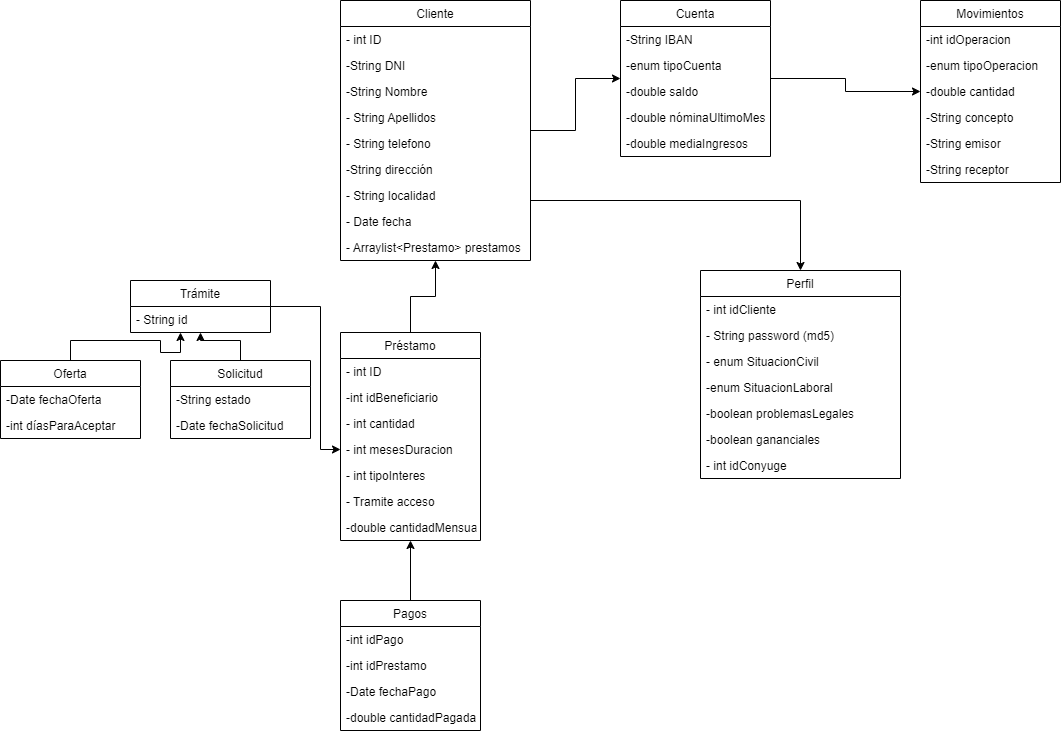
Earlier version of the draw.io export Diagrama general.png (Kangelx/Equipo3). Source tidied: cells renumbered, new cells last; positions are measured from the earlier drawing's top-left corner, leaving out a move shared by most shapes.
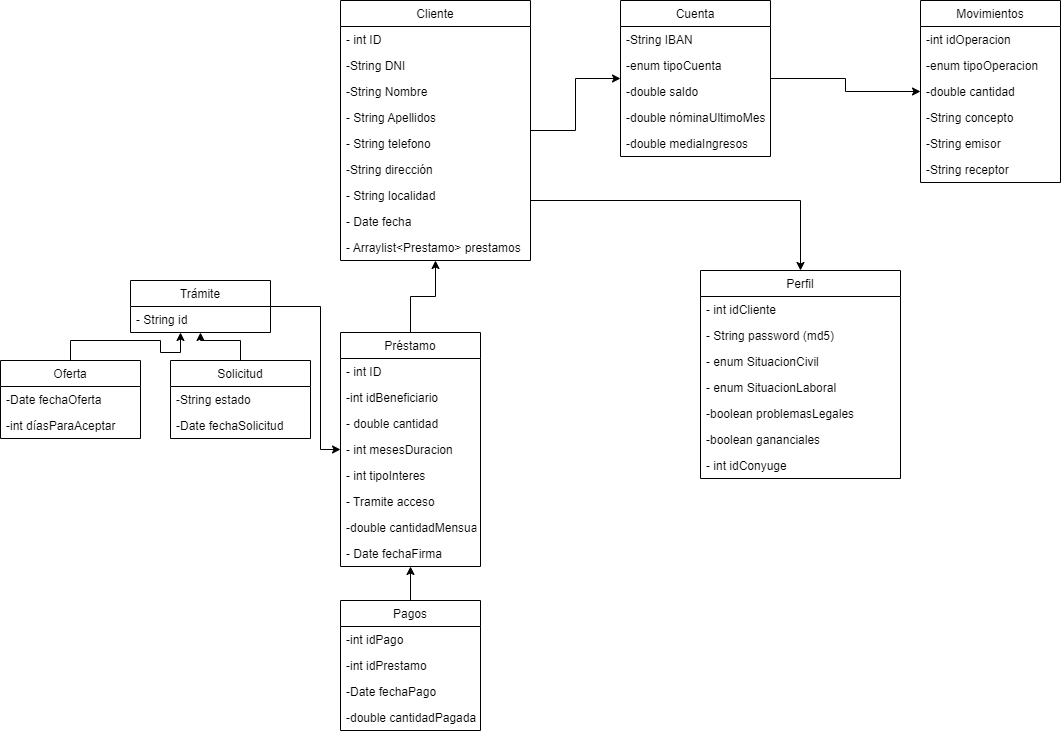
Above is the later version.

Commit message:
diagrama modificado

The edit, as a diff of the source:
```diff
@@ -54,7 +54,7 @@
     <mxCell id="17" value="- enum SituacionCivil" style="text;strokeColor=none;fillColor=none;align=left;verticalAlign=top;spacingLeft=4;spacingRight=4;overflow=hidden;" parent="14" vertex="1">
       <mxGeometry y="78" width="200" height="26" as="geometry" />
     </mxCell>
-    <mxCell id="18" value="-enum SituacionLaboral" style="text;strokeColor=none;fillColor=none;align=left;verticalAlign=top;spacingLeft=4;spacingRight=4;overflow=hidden;" parent="14" vertex="1">
+    <mxCell id="18" value="- enum SituacionLaboral" style="text;strokeColor=none;fillColor=none;align=left;verticalAlign=top;spacingLeft=4;spacingRight=4;overflow=hidden;" parent="14" vertex="1">
       <mxGeometry y="104" width="200" height="26" as="geometry" />
     </mxCell>
     <mxCell id="19" value="-boolean problemasLegales" style="text;strokeColor=none;fillColor=none;align=left;verticalAlign=top;spacingLeft=4;spacingRight=4;overflow=hidden;" parent="14" vertex="1">
@@ -149,7 +149,7 @@
       <mxGeometry relative="1" as="geometry" />
     </mxCell>
     <mxCell id="47" value="Préstamo" style="swimlane;fontStyle=0;horizontal=1;startSize=26;fillColor=none;" parent="1" vertex="1">
-      <mxGeometry x="340" y="332" width="140" height="208" as="geometry" />
+      <mxGeometry x="340" y="332" width="140" height="234" as="geometry" />
     </mxCell>
     <mxCell id="48" value="- int ID" style="text;strokeColor=none;fillColor=none;align=left;verticalAlign=top;spacingLeft=4;spacingRight=4;overflow=hidden;" parent="47" vertex="1">
       <mxGeometry y="26" width="140" height="26" as="geometry" />
@@ -157,7 +157,7 @@
     <mxCell id="49" value="-int idBeneficiario" style="text;strokeColor=none;fillColor=none;align=left;verticalAlign=top;spacingLeft=4;spacingRight=4;overflow=hidden;" parent="47" vertex="1">
       <mxGeometry y="52" width="140" height="26" as="geometry" />
     </mxCell>
-    <mxCell id="50" value="- int cantidad" style="text;strokeColor=none;fillColor=none;align=left;verticalAlign=top;spacingLeft=4;spacingRight=4;overflow=hidden;" parent="47" vertex="1">
+    <mxCell id="50" value="- double cantidad" style="text;strokeColor=none;fillColor=none;align=left;verticalAlign=top;spacingLeft=4;spacingRight=4;overflow=hidden;" parent="47" vertex="1">
       <mxGeometry y="78" width="140" height="26" as="geometry" />
     </mxCell>
     <mxCell id="51" value="- int mesesDuracion" style="text;strokeColor=none;fillColor=none;align=left;verticalAlign=top;spacingLeft=4;spacingRight=4;overflow=hidden;" parent="47" vertex="1">
@@ -172,6 +172,9 @@
     <mxCell id="54" value="-double cantidadMensual" style="text;strokeColor=none;fillColor=none;align=left;verticalAlign=top;spacingLeft=4;spacingRight=4;overflow=hidden;" parent="47" vertex="1">
       <mxGeometry y="182" width="140" height="26" as="geometry" />
     </mxCell>
+    <mxCell id="62" value="- Date fechaFirma" style="text;strokeColor=none;fillColor=none;align=left;verticalAlign=top;spacingLeft=4;spacingRight=4;overflow=hidden;" parent="47" vertex="1">
+      <mxGeometry y="208" width="140" height="26" as="geometry" />
+    </mxCell>
     <mxCell id="55" style="edgeStyle=orthogonalEdgeStyle;rounded=0;jettySize=auto;html=1;" parent="1" edge="1" source="56" target="60">
       <mxGeometry relative="1" as="geometry" />
     </mxCell>
```
